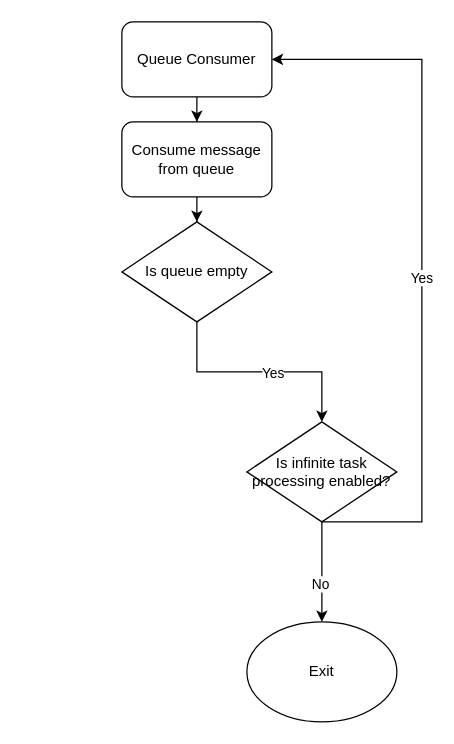
fredyeah/diagrams keeps this draw.io diagram as gen2.drawio. Above is the earlier version. Source tidied: cells renumbered, new cells numbered last; positions are measured from the earlier drawing's top-left corner, leaving out a move shared by most shapes. Both pictures are drawn from the tidied source at 125%, with x=0, y=0 at pixel (121, 21).
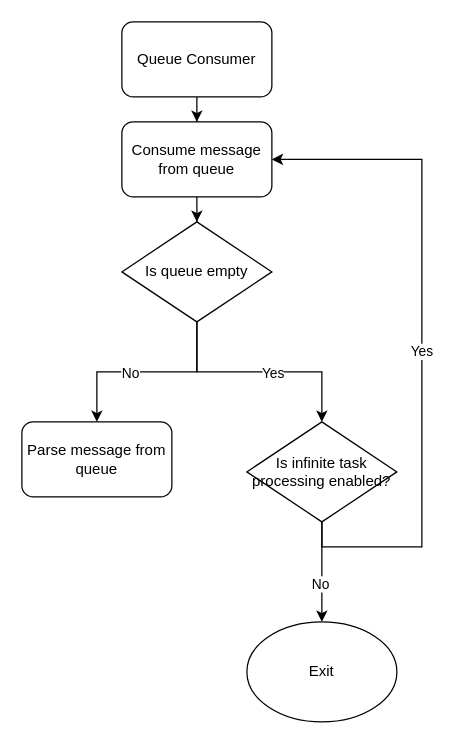
The same page after the edit.

Diff of the diagram source:
```diff
@@
 <mxGraphModel>
   <root>
     <mxCell id="0" />
     <mxCell id="1" parent="0" />
     <mxCell id="2" style="edgeStyle=orthogonalEdgeStyle;rounded=0;jettySize=auto;html=1;entryX=0.5;entryY=0;entryDx=0;entryDy=0;" parent="1" edge="1" source="3" target="5">
       <mxGeometry relative="1" as="geometry" />
     </mxCell>
     <mxCell id="3" value="Queue Consumer" style="rounded=1;whiteSpace=wrap;html=1;" parent="1" vertex="1">
       <mxGeometry width="120" height="60" as="geometry" />
     </mxCell>
     <mxCell id="4" style="edgeStyle=orthogonalEdgeStyle;rounded=0;jettySize=auto;html=1;entryX=0.5;entryY=0;entryDx=0;entryDy=0;" parent="1" edge="1" source="5" target="8">
       <mxGeometry relative="1" as="geometry" />
     </mxCell>
     <mxCell id="5" value="Consume message from queue" style="rounded=1;whiteSpace=wrap;html=1;" parent="1" vertex="1">
       <mxGeometry y="80" width="120" height="60" as="geometry" />
     </mxCell>
     <mxCell id="6" style="edgeStyle=orthogonalEdgeStyle;rounded=0;jettySize=auto;html=1;exitX=0.5;exitY=1;exitDx=0;exitDy=0;" parent="1" edge="1" source="8" target="13">
       <mxGeometry relative="1" as="geometry" />
     </mxCell>
     <mxCell id="7" value="Yes" style="edgeLabel;html=1;align=center;verticalAlign=middle;" parent="6" vertex="1">
       <mxGeometry x="0.11" relative="1" as="geometry" />
     </mxCell>
+    <mxCell id="15" style="edgeStyle=orthogonalEdgeStyle;rounded=0;jettySize=auto;html=1;" parent="1" edge="1" source="8" target="17">
+      <mxGeometry relative="1" as="geometry" />
+    </mxCell>
+    <mxCell id="16" value="No" style="edgeLabel;html=1;align=center;verticalAlign=middle;" parent="15" vertex="1">
+      <mxGeometry x="0.18" relative="1" as="geometry" />
+    </mxCell>
     <mxCell id="8" value="Is queue empty" style="rhombus;whiteSpace=wrap;html=1;" parent="1" vertex="1">
       <mxGeometry y="160" width="120" height="80" as="geometry" />
     </mxCell>
-    <mxCell id="9" style="edgeStyle=orthogonalEdgeStyle;rounded=0;jettySize=auto;html=1;exitX=0.5;exitY=1;exitDx=0;exitDy=0;entryX=1;entryY=0.5;entryDx=0;entryDy=0;" parent="1" edge="1" source="13" target="3">
+    <mxCell id="9" style="edgeStyle=orthogonalEdgeStyle;rounded=0;jettySize=auto;html=1;exitX=0.5;exitY=1;exitDx=0;exitDy=0;entryX=1;entryY=0.5;entryDx=0;entryDy=0;" parent="1" edge="1" source="13" target="5">
       <mxGeometry relative="1" as="geometry">
         <Array as="points">
-          <mxPoint x="240" y="400" />
-          <mxPoint x="240" y="30" />
+          <mxPoint x="160" y="420" />
+          <mxPoint x="240" y="420" />
+          <mxPoint x="240" y="110" />
         </Array>
       </mxGeometry>
     </mxCell>
     <mxCell id="10" value="Yes" style="edgeLabel;html=1;align=center;verticalAlign=middle;" parent="9" vertex="1">
       <mxGeometry x="-0.03" y="1" relative="1" as="geometry" />
     </mxCell>
     <mxCell id="11" style="edgeStyle=orthogonalEdgeStyle;rounded=0;jettySize=auto;html=1;entryX=0.5;entryY=0;entryDx=0;entryDy=0;" parent="1" edge="1" source="13" target="14">
       <mxGeometry relative="1" as="geometry" />
     </mxCell>
     <mxCell id="12" value="No" style="edgeLabel;html=1;align=center;verticalAlign=middle;" parent="11" vertex="1">
       <mxGeometry x="0.23" y="-2" relative="1" as="geometry" />
     </mxCell>
     <mxCell id="13" value="Is infinite task processing enabled?" style="rhombus;whiteSpace=wrap;html=1;" parent="1" vertex="1">
       <mxGeometry x="100" y="320" width="120" height="80" as="geometry" />
     </mxCell>
     <mxCell id="14" value="Exit" style="ellipse;whiteSpace=wrap;html=1;" parent="1" vertex="1">
       <mxGeometry x="100" y="480" width="120" height="80" as="geometry" />
     </mxCell>
+    <mxCell id="17" value="Parse message from queue" style="rounded=1;whiteSpace=wrap;html=1;" parent="1" vertex="1">
+      <mxGeometry x="-80" y="320" width="120" height="60" as="geometry" />
+    </mxCell>
   </root>
 </mxGraphModel>
```
